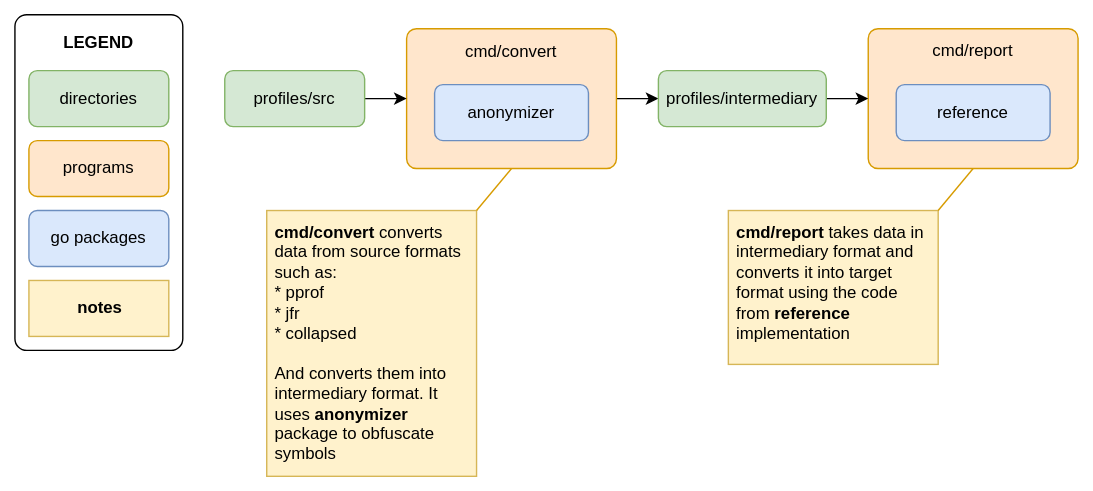
Earlier version of the draw.io export benchmark/diagram.drawio.svg (open-telemetry/opentelemetry-profiling). Source tidied: cells renumbered, new cells last; positions are measured from the earlier drawing's top-left corner, leaving out a move shared by most shapes.
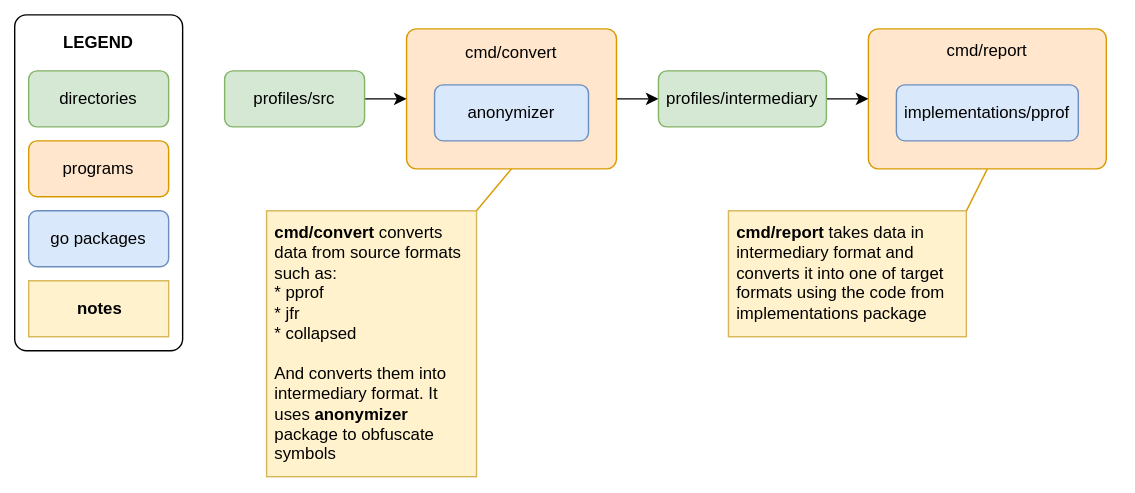
The same diagram one commit later.

Commit message:
chore: implements support for multiple implementations

The edit, as a diff of the source:
```diff
@@ -3,7 +3,7 @@
     <mxCell id="0" />
     <mxCell id="1" parent="0" />
     <mxCell id="2" style="rounded=0;whiteSpace=wrap;html=1;align=left;spacingLeft=2;spacingTop=0;spacing=4;verticalAlign=top;strokeColor=none;fillColor=#FFFFFF;" parent="1" vertex="1">
-      <mxGeometry width="780" height="350" as="geometry" />
+      <mxGeometry width="810" height="350" as="geometry" />
     </mxCell>
     <mxCell id="3" style="rounded=1;whiteSpace=wrap;html=1;arcSize=7;" parent="1" vertex="1">
       <mxGeometry x="10" y="10" width="120" height="240" as="geometry" />
@@ -15,7 +15,7 @@
       <mxGeometry x="290" y="20" width="150" height="100" as="geometry" />
     </mxCell>
     <mxCell id="6" value="cmd/report" style="rounded=1;whiteSpace=wrap;html=1;fillColor=#ffe6cc;strokeColor=#d79b00;align=center;verticalAlign=top;spacing=4;arcSize=7;" parent="1" vertex="1">
-      <mxGeometry x="620" y="20" width="150" height="100" as="geometry" />
+      <mxGeometry x="620" y="20" width="170" height="100" as="geometry" />
     </mxCell>
     <mxCell id="7" value="programs" style="rounded=1;whiteSpace=wrap;html=1;fillColor=#ffe6cc;strokeColor=#d79b00;" parent="1" vertex="1">
       <mxGeometry x="20" y="100" width="100" height="40" as="geometry" />
@@ -41,11 +41,11 @@
     <mxCell id="14" value="&lt;b&gt;cmd/convert&lt;/b&gt; converts data from source formats such as:&lt;br&gt;* pprof&lt;br&gt;* jfr&lt;br&gt;* collapsed&lt;br&gt;&lt;br&gt;And converts them into intermediary format. It uses &lt;b&gt;anonymizer&lt;/b&gt; package to obfuscate symbols" style="rounded=0;whiteSpace=wrap;html=1;fillColor=#fff2cc;strokeColor=#d6b656;align=left;spacingLeft=2;spacingTop=0;spacing=4;verticalAlign=top;" parent="1" vertex="1">
       <mxGeometry x="190" y="150" width="150" height="190" as="geometry" />
     </mxCell>
-    <mxCell id="15" value="&lt;div style=&quot;&quot;&gt;&lt;span style=&quot;background-color: initial;&quot;&gt;&lt;b&gt;cmd/report&lt;/b&gt; takes data in &lt;/span&gt;&lt;span style=&quot;background-color: initial;&quot;&gt;intermediary&lt;/span&gt;&lt;span style=&quot;background-color: initial;&quot;&gt;&amp;nbsp;format and converts it into target format using the code from &lt;b&gt;reference &lt;/b&gt;implementation&lt;/span&gt;&lt;/div&gt;" style="rounded=0;whiteSpace=wrap;html=1;fillColor=#fff2cc;strokeColor=#d6b656;align=left;spacingLeft=2;spacingTop=0;spacing=4;verticalAlign=top;" parent="1" vertex="1">
-      <mxGeometry x="520" y="150" width="150" height="110" as="geometry" />
+    <mxCell id="15" value="&lt;div style=&quot;&quot;&gt;&lt;span style=&quot;background-color: initial;&quot;&gt;&lt;b&gt;cmd/report&lt;/b&gt; takes data in &lt;/span&gt;&lt;span style=&quot;background-color: initial;&quot;&gt;intermediary&lt;/span&gt;&lt;span style=&quot;background-color: initial;&quot;&gt;&amp;nbsp;format and converts it into one of target formats using the code from implementations package&lt;/span&gt;&lt;/div&gt;" style="rounded=0;whiteSpace=wrap;html=1;fillColor=#fff2cc;strokeColor=#d6b656;align=left;spacingLeft=2;spacingTop=0;spacing=4;verticalAlign=top;" parent="1" vertex="1">
+      <mxGeometry x="520" y="150" width="170" height="90" as="geometry" />
     </mxCell>
-    <mxCell id="16" value="reference" style="rounded=1;whiteSpace=wrap;html=1;fillColor=#dae8fc;strokeColor=#6c8ebf;" parent="1" vertex="1">
-      <mxGeometry x="640" y="60" width="110" height="40" as="geometry" />
+    <mxCell id="16" value="implementations/pprof" style="rounded=1;whiteSpace=wrap;html=1;fillColor=#dae8fc;strokeColor=#6c8ebf;" parent="1" vertex="1">
+      <mxGeometry x="640" y="60" width="130" height="40" as="geometry" />
     </mxCell>
     <mxCell id="17" value="go packages" style="rounded=1;whiteSpace=wrap;html=1;fillColor=#dae8fc;strokeColor=#6c8ebf;" parent="1" vertex="1">
       <mxGeometry x="20" y="150" width="100" height="40" as="geometry" />
```
